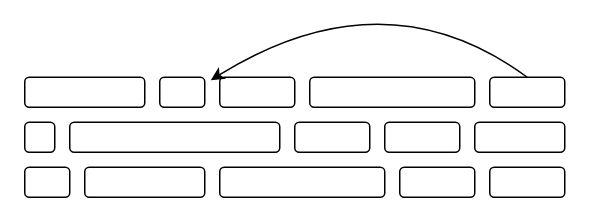
Before: page "Page-1" (1 of 2) of frontend/favicon.drawio in douglasnaphas/anagrampoems, a draw.io diagram. Source tidied: cells renumbered, new cells numbered last; positions are measured from the earlier drawing's top-left corner, leaving out a move shared by most shapes. Both pictures are drawn from the tidied source at 150%, with x=0, y=0 at pixel (24, -28).
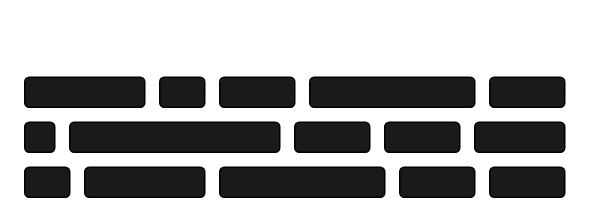
After the change.

Commit message (it also covers changes not shown here):
Make the favicon easier to see

The edit, as a diff of the source:
```diff
@@
 <mxGraphModel>
   <root>
     <mxCell id="0" />
     <mxCell id="1" parent="0" />
-    <mxCell id="2" style="rounded=1;whiteSpace=wrap;html=1;" parent="1" vertex="1">
+    <mxCell id="2" style="rounded=1;whiteSpace=wrap;html=1;fillColor=#1A1A1A;" parent="1" vertex="1">
       <mxGeometry y="70" width="80" height="20" as="geometry" />
     </mxCell>
-    <mxCell id="3" style="rounded=1;whiteSpace=wrap;html=1;" parent="1" vertex="1">
+    <mxCell id="3" style="rounded=1;whiteSpace=wrap;html=1;fillColor=#1A1A1A;" parent="1" vertex="1">
       <mxGeometry x="90" y="70" width="30" height="20" as="geometry" />
     </mxCell>
-    <mxCell id="4" style="rounded=1;whiteSpace=wrap;html=1;" parent="1" vertex="1">
+    <mxCell id="4" style="rounded=1;whiteSpace=wrap;html=1;fillColor=#1A1A1A;" parent="1" vertex="1">
       <mxGeometry x="130" y="70" width="50" height="20" as="geometry" />
     </mxCell>
-    <mxCell id="5" style="rounded=1;whiteSpace=wrap;html=1;" parent="1" vertex="1">
+    <mxCell id="5" style="rounded=1;whiteSpace=wrap;html=1;fillColor=#1A1A1A;" parent="1" vertex="1">
       <mxGeometry x="190" y="70" width="110" height="20" as="geometry" />
     </mxCell>
-    <mxCell id="6" style="rounded=1;whiteSpace=wrap;html=1;" parent="1" vertex="1">
+    <mxCell id="6" style="rounded=1;whiteSpace=wrap;html=1;fillColor=#1A1A1A;" parent="1" vertex="1">
       <mxGeometry x="310" y="70" width="50" height="20" as="geometry" />
     </mxCell>
-    <mxCell id="7" style="curved=1;endArrow=classic;html=1;rounded=0;exitX=0.5;exitY=0;exitDx=0;exitDy=0;entryX=-0.12;entryY=0.1;entryDx=0;entryDy=0;entryPerimeter=0;" parent="1" edge="1" source="6" target="4">
-      <mxGeometry relative="1" as="geometry">
-        <Array as="points">
-          <mxPoint x="240" />
-        </Array>
-      </mxGeometry>
-    </mxCell>
-    <mxCell id="8" style="rounded=1;whiteSpace=wrap;html=1;" parent="1" vertex="1">
+    <mxCell id="8" style="rounded=1;whiteSpace=wrap;html=1;fillColor=#1A1A1A;" parent="1" vertex="1">
       <mxGeometry y="100" width="20" height="20" as="geometry" />
     </mxCell>
-    <mxCell id="9" style="rounded=1;whiteSpace=wrap;html=1;" parent="1" vertex="1">
+    <mxCell id="9" style="rounded=1;whiteSpace=wrap;html=1;fillColor=#1A1A1A;" parent="1" vertex="1">
       <mxGeometry x="30" y="100" width="140" height="20" as="geometry" />
     </mxCell>
-    <mxCell id="10" style="rounded=1;whiteSpace=wrap;html=1;" parent="1" vertex="1">
+    <mxCell id="10" style="rounded=1;whiteSpace=wrap;html=1;fillColor=#1A1A1A;" parent="1" vertex="1">
       <mxGeometry x="180" y="100" width="50" height="20" as="geometry" />
     </mxCell>
-    <mxCell id="11" style="rounded=1;whiteSpace=wrap;html=1;" parent="1" vertex="1">
+    <mxCell id="11" style="rounded=1;whiteSpace=wrap;html=1;fillColor=#1A1A1A;" parent="1" vertex="1">
       <mxGeometry x="240" y="100" width="50" height="20" as="geometry" />
     </mxCell>
-    <mxCell id="12" style="rounded=1;whiteSpace=wrap;html=1;" parent="1" vertex="1">
+    <mxCell id="12" style="rounded=1;whiteSpace=wrap;html=1;fillColor=#1A1A1A;" parent="1" vertex="1">
       <mxGeometry x="300" y="100" width="60" height="20" as="geometry" />
     </mxCell>
-    <mxCell id="13" style="rounded=1;whiteSpace=wrap;html=1;" parent="1" vertex="1">
+    <mxCell id="13" style="rounded=1;whiteSpace=wrap;html=1;fillColor=#1A1A1A;" parent="1" vertex="1">
       <mxGeometry y="130" width="30" height="20" as="geometry" />
     </mxCell>
-    <mxCell id="14" style="rounded=1;whiteSpace=wrap;html=1;" parent="1" vertex="1">
+    <mxCell id="14" style="rounded=1;whiteSpace=wrap;html=1;fillColor=#1A1A1A;" parent="1" vertex="1">
       <mxGeometry x="40" y="130" width="80" height="20" as="geometry" />
     </mxCell>
-    <mxCell id="15" style="rounded=1;whiteSpace=wrap;html=1;" parent="1" vertex="1">
+    <mxCell id="15" style="rounded=1;whiteSpace=wrap;html=1;fillColor=#1A1A1A;" parent="1" vertex="1">
       <mxGeometry x="130" y="130" width="110" height="20" as="geometry" />
     </mxCell>
-    <mxCell id="16" style="rounded=1;whiteSpace=wrap;html=1;" parent="1" vertex="1">
+    <mxCell id="16" style="rounded=1;whiteSpace=wrap;html=1;fillColor=#1A1A1A;" parent="1" vertex="1">
       <mxGeometry x="250" y="130" width="50" height="20" as="geometry" />
     </mxCell>
-    <mxCell id="17" style="rounded=1;whiteSpace=wrap;html=1;" parent="1" vertex="1">
+    <mxCell id="17" style="rounded=1;whiteSpace=wrap;html=1;fillColor=#1A1A1A;" parent="1" vertex="1">
       <mxGeometry x="310" y="130" width="50" height="20" as="geometry" />
     </mxCell>
   </root>
 </mxGraphModel>
```
